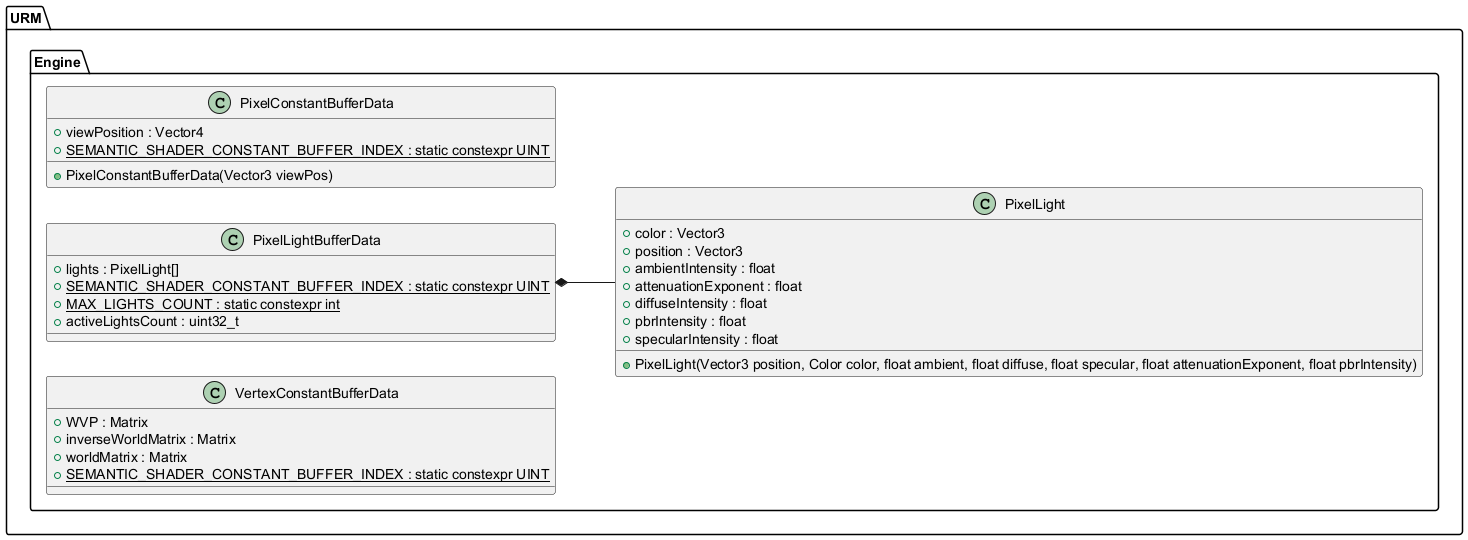
The PlantUML diagram Latex/images/UML/constantbuffers.png in MinikPLayer/MasterThesis_UniversalRenderingModule_D3D11, before a commit. The source it was exported from:
```plantuml
@startuml
left to right direction






namespace URM {
	namespace Engine {
		class PixelConstantBufferData {
			+PixelConstantBufferData(Vector3 viewPos)
			+viewPosition : Vector4
			+{static} SEMANTIC_SHADER_CONSTANT_BUFFER_INDEX : static constexpr UINT
		}

		class PixelLight {
			+PixelLight(Vector3 position, Color color, float ambient, float diffuse, float specular, float attenuationExponent, float pbrIntensity)
			+color : Vector3
			+position : Vector3
			+ambientIntensity : float
			+attenuationExponent : float
			+diffuseIntensity : float
			+pbrIntensity : float
			+specularIntensity : float
		}

		class PixelLightBufferData {
			+lights : PixelLight[]
			+{static} SEMANTIC_SHADER_CONSTANT_BUFFER_INDEX : static constexpr UINT
			+{static} MAX_LIGHTS_COUNT : static constexpr int
			+activeLightsCount : uint32_t
		}

		class VertexConstantBufferData {
			+WVP : Matrix
			+inverseWorldMatrix : Matrix
			+worldMatrix : Matrix
			+{static} SEMANTIC_SHADER_CONSTANT_BUFFER_INDEX : static constexpr UINT
		}
	}
}










URM.Engine.PixelLightBufferData *-- URM.Engine.PixelLight









@enduml
```
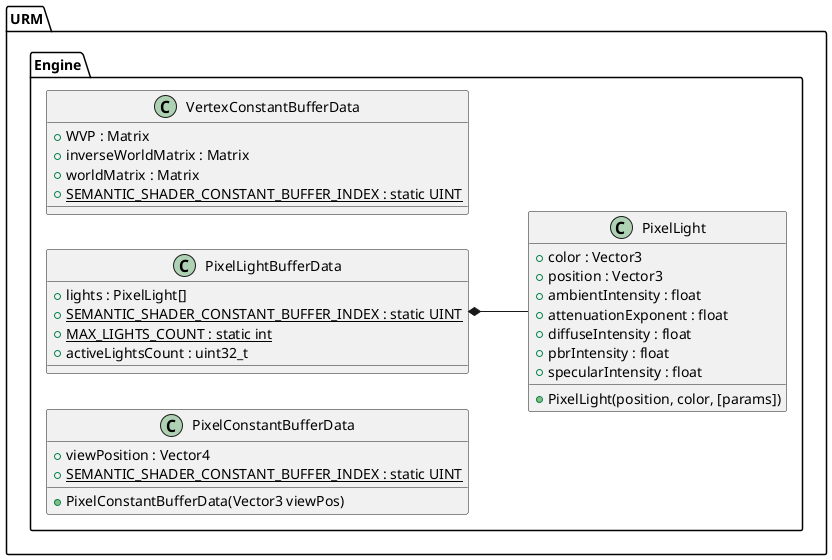
Above is the later version.

The edit, as a diff of the source:
```diff
@@ -11,11 +11,11 @@
 		class PixelConstantBufferData {
 			+PixelConstantBufferData(Vector3 viewPos)
 			+viewPosition : Vector4
-			+{static} SEMANTIC_SHADER_CONSTANT_BUFFER_INDEX : static constexpr UINT
+			+{static} SEMANTIC_SHADER_CONSTANT_BUFFER_INDEX : static UINT
 		}
 
 		class PixelLight {
-			+PixelLight(Vector3 position, Color color, float ambient, float diffuse, float specular, float attenuationExponent, float pbrIntensity)
++PixelLight(position, color, [params])
 			+color : Vector3
 			+position : Vector3
 			+ambientIntensity : float
@@ -27,8 +27,8 @@
 
 		class PixelLightBufferData {
 			+lights : PixelLight[]
-			+{static} SEMANTIC_SHADER_CONSTANT_BUFFER_INDEX : static constexpr UINT
-			+{static} MAX_LIGHTS_COUNT : static constexpr int
+			+{static} SEMANTIC_SHADER_CONSTANT_BUFFER_INDEX : static UINT
+			+{static} MAX_LIGHTS_COUNT : static int
 			+activeLightsCount : uint32_t
 		}
 
@@ -36,7 +36,7 @@
 			+WVP : Matrix
 			+inverseWorldMatrix : Matrix
 			+worldMatrix : Matrix
-			+{static} SEMANTIC_SHADER_CONSTANT_BUFFER_INDEX : static constexpr UINT
+			+{static} SEMANTIC_SHADER_CONSTANT_BUFFER_INDEX : static UINT
 		}
 	}
 }
```
